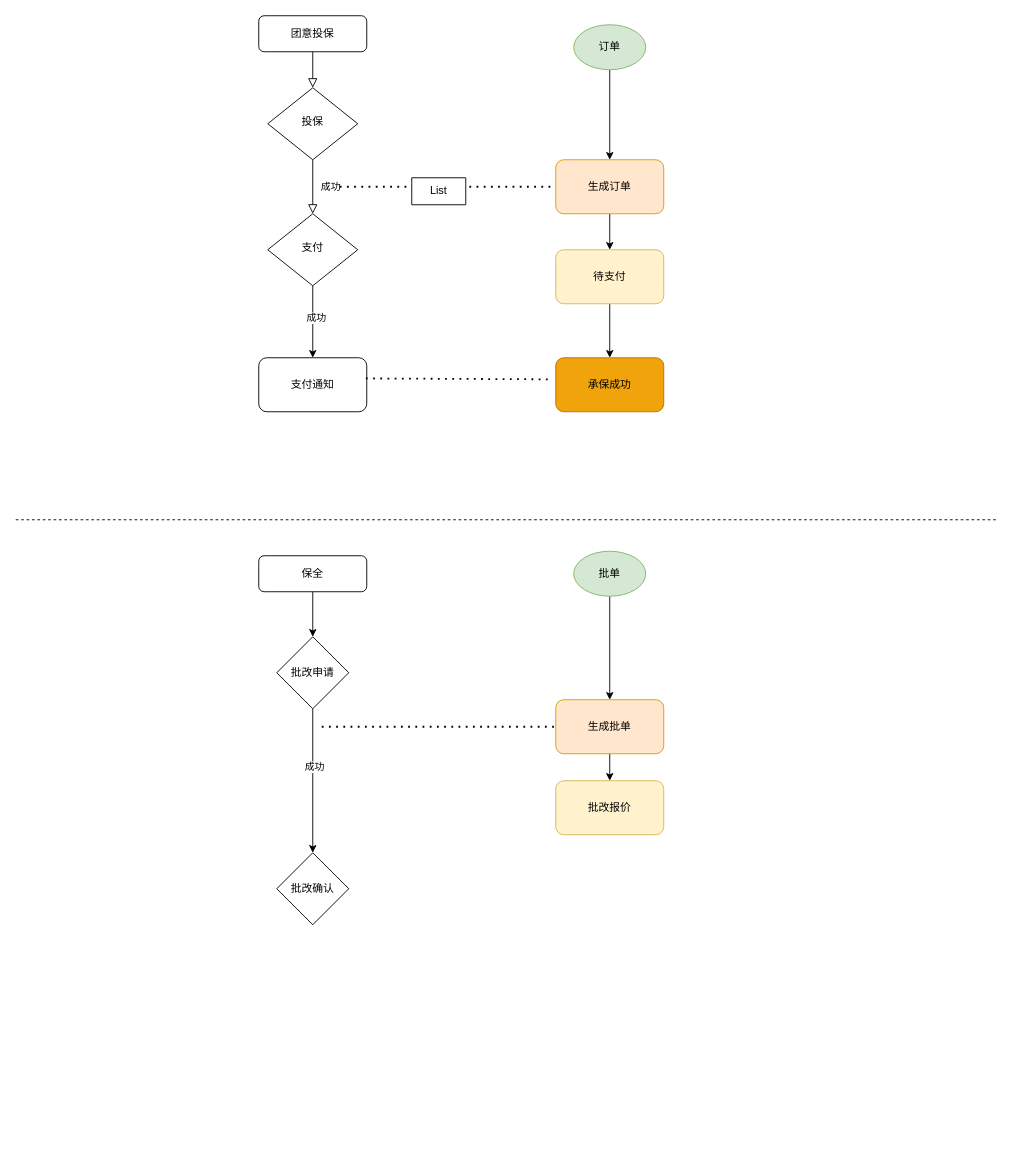
Above: insur/pa-group.drawio in zhanghaiyang1/draw (draw.io), before the change. Source tidied: cells renumbered, new cells numbered last; positions are measured from the earlier drawing's top-left corner, leaving out a move shared by most shapes. Both pictures are drawn from the tidied source at 90%, with x=0, y=0 at pixel (15, 15).
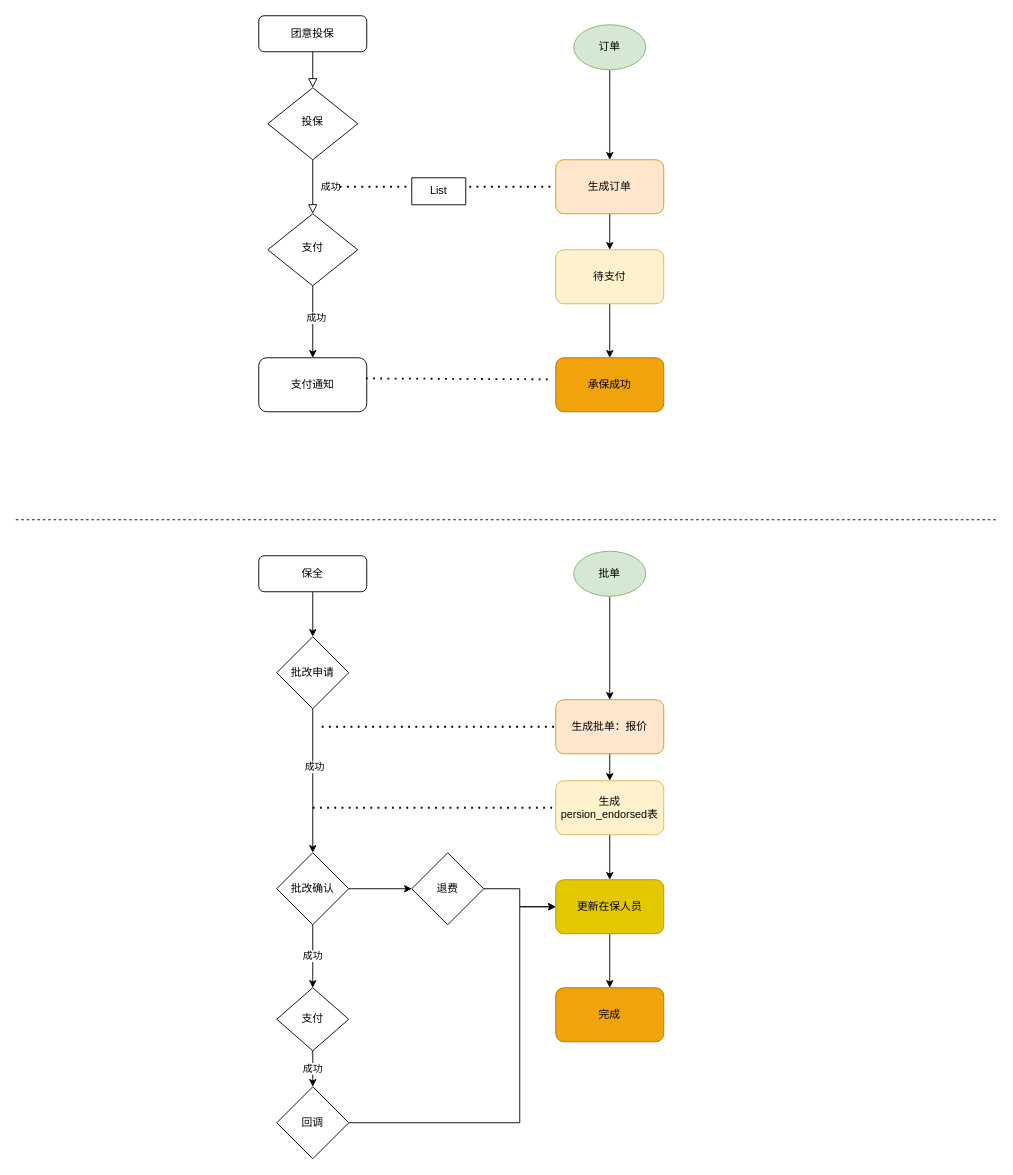
The same diagram, later.

Unchanged cells that the change refers to:
```xml
<mxCell id="27" value="批改确认" style="rhombus;whiteSpace=wrap;html=1;" parent="1" vertex="1">
  <mxGeometry x="290" y="930" width="80" height="80" as="geometry" />
</mxCell>
```

What changed in the source:
```diff
@@
+    <mxCell id="33" value="成功" style="edgeStyle=orthogonalEdgeStyle;rounded=0;jettySize=auto;html=1;exitX=0.5;exitY=1;exitDx=0;exitDy=0;" parent="1" edge="1" source="27">
+      <mxGeometry relative="1" as="geometry">
+        <mxPoint x="330" y="1080" as="targetPoint" />
+      </mxGeometry>
+    </mxCell>
+    <mxCell id="34" style="edgeStyle=orthogonalEdgeStyle;rounded=0;jettySize=auto;html=1;exitX=1;exitY=0.5;exitDx=0;exitDy=0;" parent="1" edge="1" source="27" target="41">
+      <mxGeometry relative="1" as="geometry" />
+    </mxCell>
@@
-    <mxCell id="28" style="edgeStyle=orthogonalEdgeStyle;rounded=0;jettySize=auto;html=1;exitX=0.5;exitY=1;exitDx=0;exitDy=0;entryX=0.5;entryY=0;entryDx=0;entryDy=0;" parent="1" edge="1" source="29" target="31">
-      <mxGeometry relative="1" as="geometry" />
+    <mxCell id="28" style="edgeStyle=orthogonalEdgeStyle;rounded=0;jettySize=auto;html=1;exitX=0.5;exitY=1;exitDx=0;exitDy=0;entryX=0.5;entryY=0;entryDx=0;entryDy=0;" parent="1" edge="1" source="29">
+      <mxGeometry relative="1" as="geometry">
+        <mxPoint x="660" y="850" as="targetPoint" />
+      </mxGeometry>
     </mxCell>
-    <mxCell id="29" value="生成批单" style="rounded=1;whiteSpace=wrap;html=1;fillColor=#ffe6cc;strokeColor=#d79b00;" parent="1" vertex="1">
+    <mxCell id="29" value="生成批单：报价" style="rounded=1;whiteSpace=wrap;html=1;fillColor=#ffe6cc;strokeColor=#d79b00;" parent="1" vertex="1">
       <mxGeometry x="600" y="760" width="120" height="60" as="geometry" />
     </mxCell>
@@
-    <mxCell id="31" value="批改报价" style="rounded=1;whiteSpace=wrap;html=1;fillColor=#fff2cc;strokeColor=#d6b656;" parent="1" vertex="1">
-      <mxGeometry x="600" y="850" width="120" height="60" as="geometry" />
-    </mxCell>
@@
+    <mxCell id="35" style="edgeStyle=orthogonalEdgeStyle;rounded=0;jettySize=auto;html=1;exitX=0.5;exitY=1;exitDx=0;exitDy=0;" parent="1" edge="1" source="36" target="46">
+      <mxGeometry relative="1" as="geometry" />
+    </mxCell>
+    <mxCell id="36" value="生成persion_endorsed表" style="rounded=1;whiteSpace=wrap;html=1;fillColor=#fff2cc;strokeColor=#d6b656;" parent="1" vertex="1">
+      <mxGeometry x="600" y="850" width="120" height="60" as="geometry" />
+    </mxCell>
+    <mxCell id="37" style="endArrow=none;dashed=1;html=1;dashPattern=1 3;strokeWidth=2;rounded=0;entryX=0;entryY=0.5;entryDx=0;entryDy=0;" parent="1" edge="1" target="36">
+      <mxGeometry relative="1" as="geometry">
+        <mxPoint x="330" y="880" as="sourcePoint" />
+      </mxGeometry>
+    </mxCell>
+    <mxCell id="38" value="成功" style="edgeStyle=orthogonalEdgeStyle;rounded=0;jettySize=auto;html=1;exitX=0.5;exitY=1;exitDx=0;exitDy=0;entryX=0.5;entryY=0;entryDx=0;entryDy=0;" parent="1" edge="1" source="39" target="43">
+      <mxGeometry relative="1" as="geometry" />
+    </mxCell>
+    <mxCell id="39" value="支付" style="rhombus;whiteSpace=wrap;html=1;" parent="1" vertex="1">
+      <mxGeometry x="290" y="1080" width="80" height="70" as="geometry" />
+    </mxCell>
+    <mxCell id="40" style="edgeStyle=orthogonalEdgeStyle;rounded=0;jettySize=auto;html=1;exitX=1;exitY=0.5;exitDx=0;exitDy=0;entryX=0;entryY=0.5;entryDx=0;entryDy=0;" parent="1" edge="1" source="41" target="46">
+      <mxGeometry relative="1" as="geometry" />
+    </mxCell>
+    <mxCell id="41" value="退费" style="rhombus;whiteSpace=wrap;html=1;" parent="1" vertex="1">
+      <mxGeometry x="440" y="930" width="80" height="80" as="geometry" />
+    </mxCell>
+    <mxCell id="42" style="edgeStyle=orthogonalEdgeStyle;rounded=0;jettySize=auto;html=1;exitX=1;exitY=0.5;exitDx=0;exitDy=0;entryX=0;entryY=0.5;entryDx=0;entryDy=0;" parent="1" edge="1" source="43" target="46">
+      <mxGeometry relative="1" as="geometry">
+        <Array as="points">
+          <mxPoint x="560" y="1230" />
+          <mxPoint x="560" y="990" />
+        </Array>
+      </mxGeometry>
+    </mxCell>
+    <mxCell id="43" value="回调" style="rhombus;whiteSpace=wrap;html=1;" parent="1" vertex="1">
+      <mxGeometry x="290" y="1190" width="80" height="80" as="geometry" />
+    </mxCell>
+    <mxCell id="44" value="完成" style="rounded=1;whiteSpace=wrap;html=1;fillColor=#f0a30a;fontColor=#000000;strokeColor=#BD7000;" parent="1" vertex="1">
+      <mxGeometry x="600" y="1080" width="120" height="60" as="geometry" />
+    </mxCell>
+    <mxCell id="45" style="edgeStyle=orthogonalEdgeStyle;rounded=0;jettySize=auto;html=1;exitX=0.5;exitY=1;exitDx=0;exitDy=0;entryX=0.5;entryY=0;entryDx=0;entryDy=0;" parent="1" edge="1" source="46" target="44">
+      <mxGeometry relative="1" as="geometry" />
+    </mxCell>
+    <mxCell id="46" value="更新在保人员" style="rounded=1;whiteSpace=wrap;html=1;fillColor=#e3c800;fontColor=#000000;strokeColor=#B09500;" parent="1" vertex="1">
+      <mxGeometry x="600" y="960" width="120" height="60" as="geometry" />
+    </mxCell>
```
